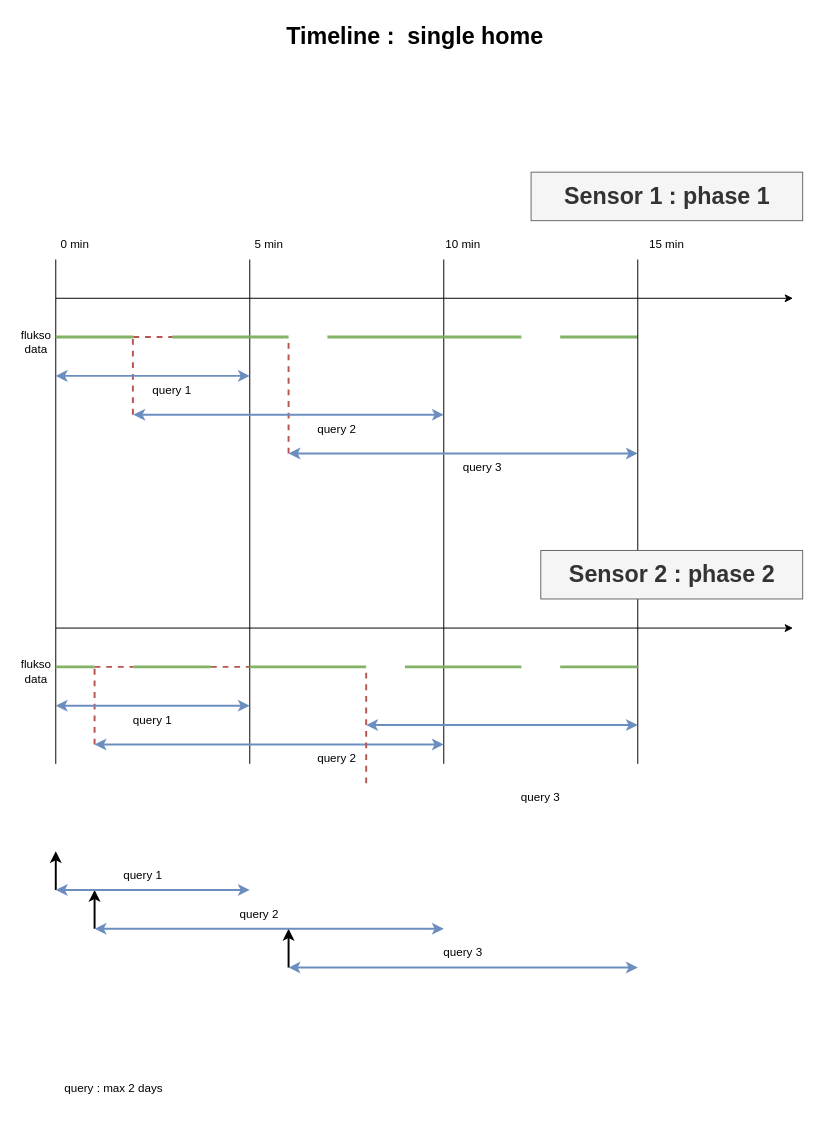
Before: page "timelines" (9 of 9) of documentation/documentation_diagrams.drawio in AlexandreHnf/Voisin-d-energie-ULB, a draw.io diagram. Source tidied: cells renumbered, new cells numbered last; positions are measured from the earlier drawing's top-left corner, leaving out a move shared by most shapes. Both pictures are drawn from the tidied source at 97%, with x=0, y=0 at pixel (16, 16).
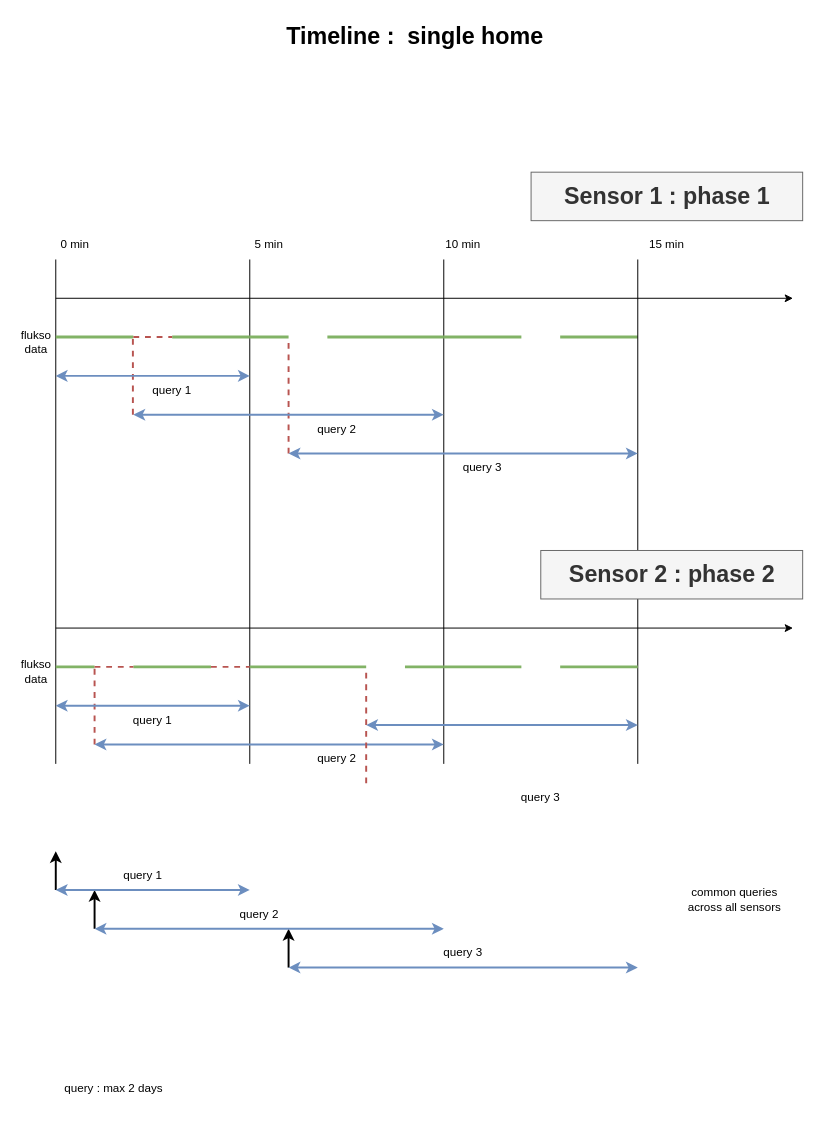
After the change.

Diff of the diagram source:
```diff
@@
+    <mxCell id="58" value="common queries across all sensors" style="text;html=1;strokeColor=none;fillColor=none;align=center;verticalAlign=middle;whiteSpace=wrap;rounded=0;" parent="1" vertex="1">
+      <mxGeometry x="690" y="880" width="100" height="60" as="geometry" />
+    </mxCell>
```
